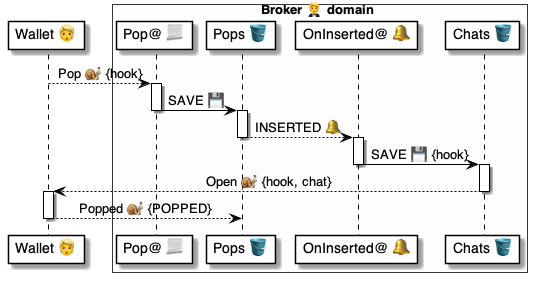
The PlantUML diagram 4 ⚙️ Solution/20 🧑‍🦰 UI/Brokers 🤵/🤵🪣 Broker tables/Pops 🎈 table/🪣🔔 11 Pop/🤵 OnPopInserted ⚙️ uml.png in pollyweb-org/pollyweb-docs, before a commit. Its source is kept beside it as 4 ⚙️ Solution/20 🧑‍🦰 UI/Brokers 🤵/🤵🪣 Broker tables/Pops 🎈 table/🪣🔔 11 Pop/🤵 OnPopInserted ⚙️ uml.puml.
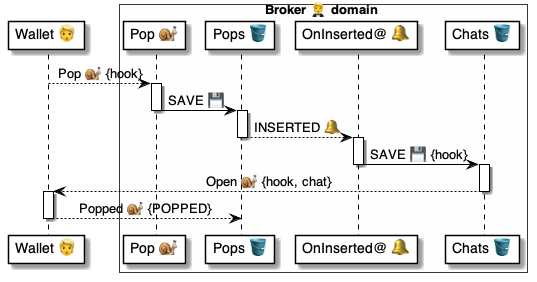
The same diagram one commit later.

What changed in the source:
```diff
@@ -3,7 +3,7 @@
 participant "Wallet 👱" as wallet
 
 box Broker 🤵 domain #FFFFFA
-    participant "Pop@ 📃" as pop
+    participant "Pop 🐌" as pop
     participant "Pops 🪣" as pops
     participant "OnInserted@ 🔔" as popped
     participant "Chats 🪣" as chats
```
